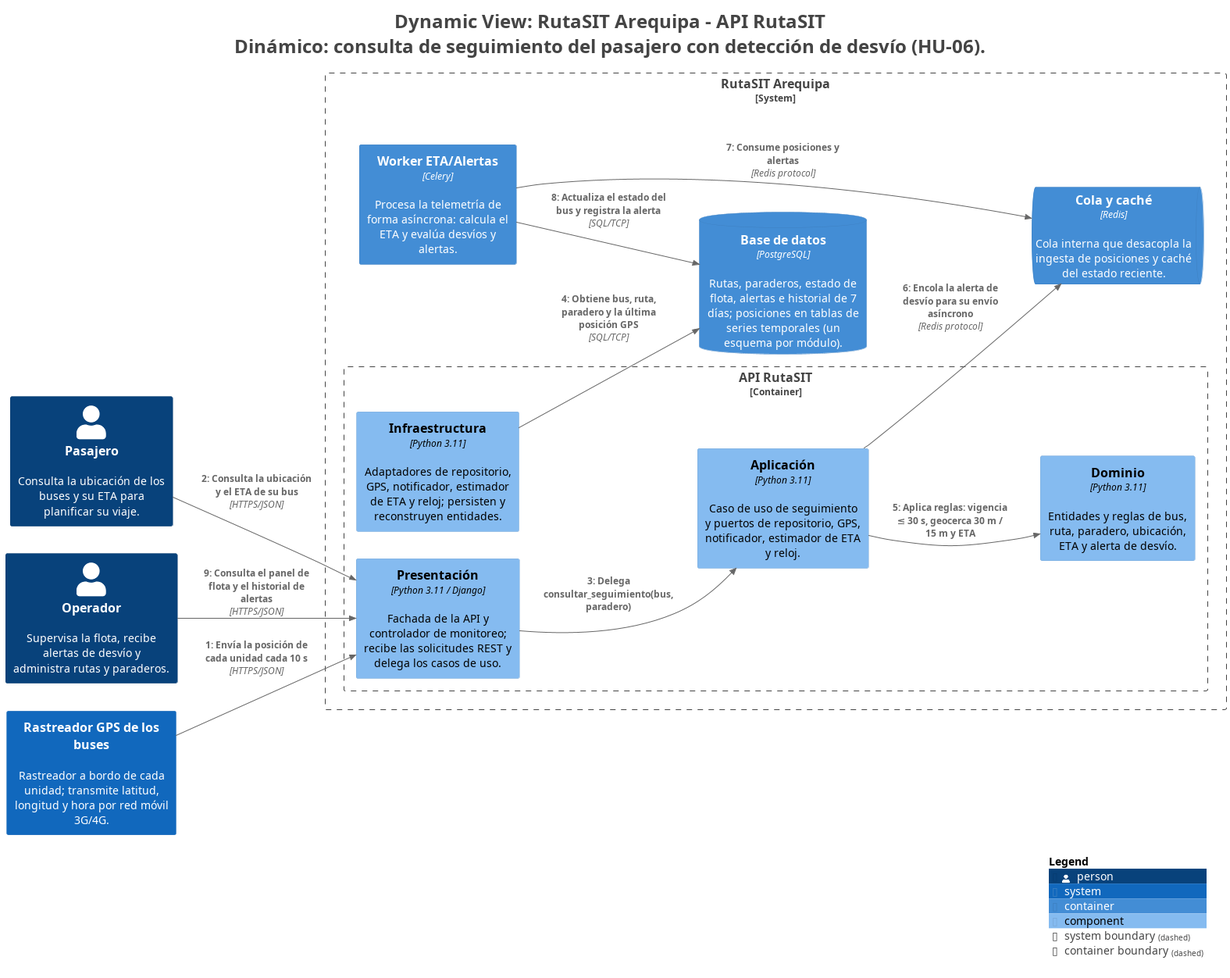
Before: lab06/docs/architecture/c4/img/structurizr-ConsultaSeguimientoDesvio.png, a diagram exported from PlantUML (F4brici0L4yme/cs-2026b-lab04-grupo-b).
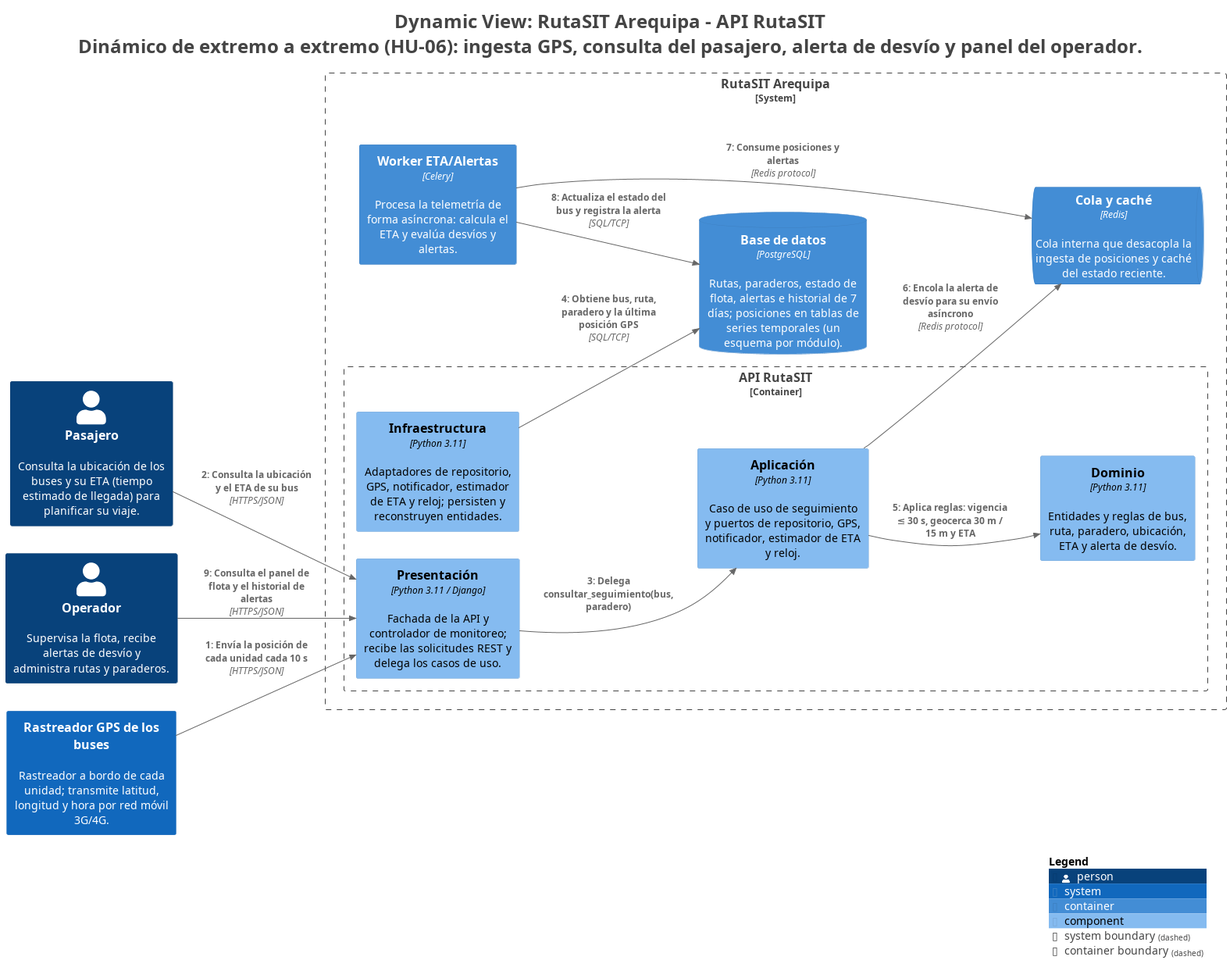
Later version of the same file.

Diff of the diagram source:
```diff
@@ -1,5 +1,5 @@
 @startuml
-title <size:24>Dynamic View: RutaSIT Arequipa - API RutaSIT</size>\n<size:24>Dinámico: consulta de seguimiento del pasajero con detección de desvío (HU-06).</size>
+title <size:24>Dynamic View: RutaSIT Arequipa - API RutaSIT</size>\n<size:24>Dinámico de extremo a extremo (HU-06): ingesta GPS, consulta del pasajero, alerta de desvío y panel del operador.</size>
 
 set separator none
 left to right direction
@@ -16,7 +16,7 @@
 !include <C4/C4_Container>
 !include <C4/C4_Component>
 
-Person(Pasajero, "Pasajero", $descr="Consulta la ubicación de los buses y su ETA para planificar su viaje.", $tags="", $link="")
+Person(Pasajero, "Pasajero", $descr="Consulta la ubicación de los buses y su ETA (tiempo estimado de llegada) para planificar su viaje.", $tags="", $link="")
 Person(Operador, "Operador", $descr="Supervisa la flota, recibe alertas de desvío y administra rutas y paraderos.", $tags="", $link="")
 
 System(RastreadorGPSdelosbuses, "Rastreador GPS de los buses", $descr="Rastreador a bordo de cada unidad; transmite latitud, longitud y hora por red móvil 3G/4G.", $tags="", $link="")
@@ -34,7 +34,7 @@
   ContainerDb(RutaSITArequipa.Basededatos, "Base de datos", $techn="PostgreSQL", $descr="Rutas, paraderos, estado de flota, alertas e historial de 7 días; posiciones en tablas de series temporales (un esquema por módulo).", $tags="", $link="")
 }
 
-Person(Pasajero, "Pasajero", $descr="Consulta la ubicación de los buses y su ETA para planificar su viaje.", $tags="", $link="")
+Person(Pasajero, "Pasajero", $descr="Consulta la ubicación de los buses y su ETA (tiempo estimado de llegada) para planificar su viaje.", $tags="", $link="")
 Person(Operador, "Operador", $descr="Supervisa la flota, recibe alertas de desvío y administra rutas y paraderos.", $tags="", $link="")
 Container(RutaSITArequipa.WorkerETAAlertas, "Worker ETA/Alertas", $techn="Celery", $descr="Procesa la telemetría de forma asíncrona: calcula el ETA y evalúa desvíos y alertas.", $tags="", $link="")
 ContainerQueue(RutaSITArequipa.Colaycaché, "Cola y caché", $techn="Redis", $descr="Cola interna que desacopla la ingesta de posiciones y caché del estado reciente.", $tags="", $link="")
```
